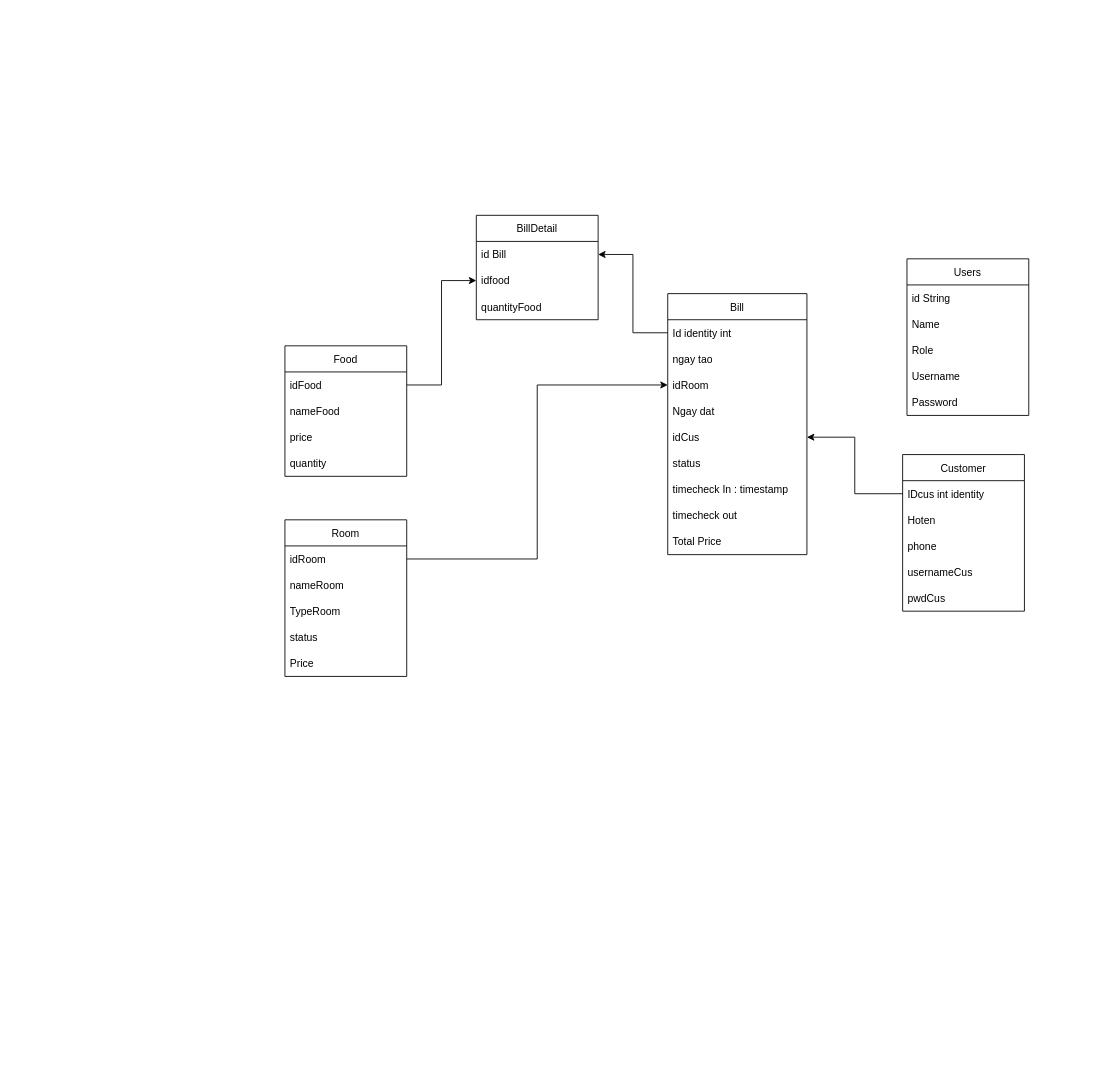
The draw.io diagram Diagram.drawio in tranvancu185/karaokeweb, before the edit. Source tidied: cells renumbered, new cells numbered last; positions are measured from the earlier drawing's top-left corner, leaving out a move shared by most shapes. Both pictures are drawn from the tidied source at 87%, with x=0, y=0 at pixel (284, 215).
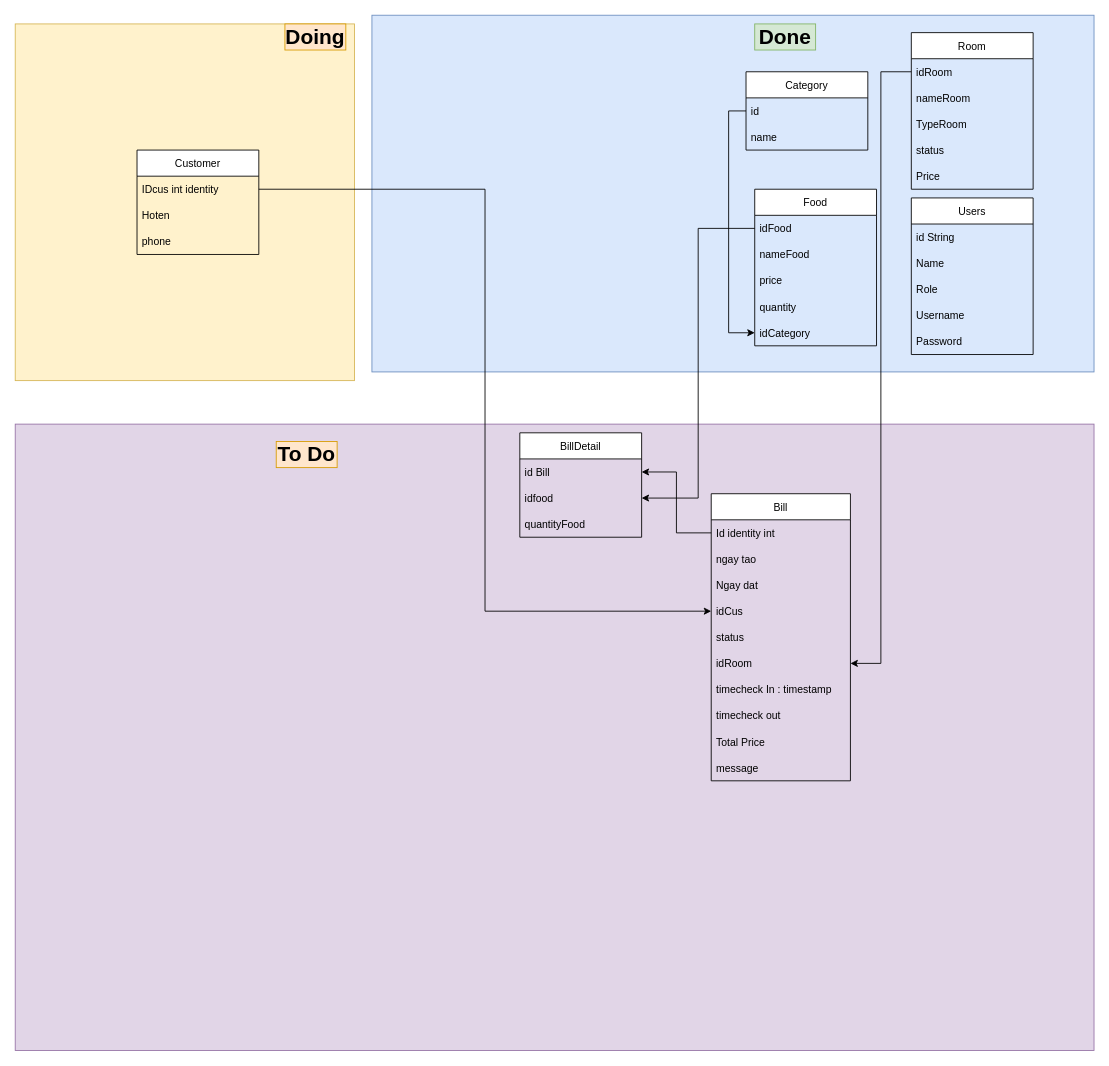
The same page after the edit.

Unchanged cells that the change refers to:
```xml
<mxCell id="3" value="IDcus int identity" style="text;strokeColor=none;fillColor=none;align=left;verticalAlign=middle;spacingLeft=4;spacingRight=4;overflow=hidden;points=[[0,0.5],[1,0.5]];portConstraint=eastwest;" parent="2" vertex="1">
  <mxGeometry y="30" width="140" height="30" as="geometry" />
</mxCell>
<mxCell id="15" value="idRoom" style="text;strokeColor=none;fillColor=none;align=left;verticalAlign=middle;spacingLeft=4;spacingRight=4;overflow=hidden;points=[[0,0.5],[1,0.5]];portConstraint=eastwest;" parent="14" vertex="1">
  <mxGeometry y="30" width="140" height="30" as="geometry" />
</mxCell>
```

Diff of the diagram source:
```diff
@@
+    <mxCell id="43" style="rounded=0;whiteSpace=wrap;html=1;fontSize=24;fillColor=#e1d5e7;strokeColor=#9673a6;" parent="1" vertex="1">
+      <mxGeometry x="-310" y="240" width="1240" height="720" as="geometry" />
+    </mxCell>
+    <mxCell id="44" style="rounded=0;whiteSpace=wrap;html=1;fillColor=#fff2cc;strokeColor=#d6b656;" parent="1" vertex="1">
+      <mxGeometry x="-310" y="-220" width="390" height="410" as="geometry" />
+    </mxCell>
+    <mxCell id="45" style="rounded=0;whiteSpace=wrap;html=1;fillColor=#dae8fc;strokeColor=#6c8ebf;" parent="1" vertex="1">
+      <mxGeometry x="100" y="-230" width="830" height="410" as="geometry" />
+    </mxCell>
     <mxCell id="2" value="Customer" style="swimlane;fontStyle=0;horizontal=1;startSize=30;" parent="1" vertex="1">
-      <mxGeometry x="710" y="275" width="140" height="180" as="geometry" />
+      <mxGeometry x="-170" y="-75" width="140" height="120" as="geometry" />
     </mxCell>
@@
-    <mxCell id="6" value="usernameCus" style="text;strokeColor=none;fillColor=none;align=left;verticalAlign=middle;spacingLeft=4;spacingRight=4;overflow=hidden;" parent="2" vertex="1">
-      <mxGeometry y="120" width="140" height="30" as="geometry" />
-    </mxCell>
-    <mxCell id="7" value="pwdCus" style="text;strokeColor=none;fillColor=none;align=left;verticalAlign=middle;spacingLeft=4;spacingRight=4;overflow=hidden;" parent="2" vertex="1">
-      <mxGeometry y="150" width="140" height="30" as="geometry" />
-    </mxCell>
     <mxCell id="8" value="Users" style="swimlane;fontStyle=0;horizontal=1;startSize=30;" parent="1" vertex="1">
-      <mxGeometry x="715" y="50" width="140" height="180" as="geometry" />
+      <mxGeometry x="720" y="-20" width="140" height="180" as="geometry" />
     </mxCell>
@@
     <mxCell id="14" value="Room" style="swimlane;fontStyle=0;horizontal=1;startSize=30;" parent="1" vertex="1">
-      <mxGeometry y="350" width="140" height="180" as="geometry" />
+      <mxGeometry x="720" y="-210" width="140" height="180" as="geometry" />
     </mxCell>
@@
     <mxCell id="20" value="Food" style="swimlane;fontStyle=0;horizontal=1;startSize=30;" parent="1" vertex="1">
-      <mxGeometry y="150" width="140" height="150" as="geometry" />
+      <mxGeometry x="540" y="-30" width="140" height="180" as="geometry" />
     </mxCell>
@@
+    <mxCell id="46" value="idCategory" style="text;strokeColor=none;fillColor=none;align=left;verticalAlign=middle;spacingLeft=4;spacingRight=4;overflow=hidden;points=[[0,0.5],[1,0.5]];portConstraint=eastwest;" parent="20" vertex="1">
+      <mxGeometry y="150" width="140" height="30" as="geometry" />
+    </mxCell>
     <mxCell id="25" value="Bill" style="swimlane;fontStyle=0;horizontal=1;startSize=30;" parent="1" vertex="1">
-      <mxGeometry x="440" y="90" width="160" height="300" as="geometry" />
+      <mxGeometry x="490" y="320" width="160" height="330" as="geometry" />
     </mxCell>
@@
-    <mxCell id="28" value="idRoom" style="text;strokeColor=none;fillColor=none;align=left;verticalAlign=middle;spacingLeft=4;spacingRight=4;overflow=hidden;points=[[0,0.5],[1,0.5]];portConstraint=eastwest;" parent="25" vertex="1">
-      <mxGeometry y="90" width="160" height="30" as="geometry" />
-    </mxCell>
     <mxCell id="29" value="Ngay dat" style="text;strokeColor=none;fillColor=none;align=left;verticalAlign=middle;spacingLeft=4;spacingRight=4;overflow=hidden;" parent="25" vertex="1">
-      <mxGeometry y="120" width="160" height="30" as="geometry" />
+      <mxGeometry y="90" width="160" height="30" as="geometry" />
     </mxCell>
     <mxCell id="30" value="idCus" style="text;strokeColor=none;fillColor=none;align=left;verticalAlign=middle;spacingLeft=4;spacingRight=4;overflow=hidden;points=[[0,0.5],[1,0.5]];portConstraint=eastwest;" parent="25" vertex="1">
-      <mxGeometry y="150" width="160" height="30" as="geometry" />
+      <mxGeometry y="120" width="160" height="30" as="geometry" />
     </mxCell>
     <mxCell id="31" value="status" style="text;strokeColor=none;fillColor=none;align=left;verticalAlign=middle;spacingLeft=4;spacingRight=4;overflow=hidden;" parent="25" vertex="1">
-      <mxGeometry y="180" width="160" height="30" as="geometry" />
+      <mxGeometry y="150" width="160" height="30" as="geometry" />
     </mxCell>
+    <mxCell id="28" value="idRoom" style="text;strokeColor=none;fillColor=none;align=left;verticalAlign=middle;spacingLeft=4;spacingRight=4;overflow=hidden;points=[[0,0.5],[1,0.5]];portConstraint=eastwest;" parent="25" vertex="1">
+      <mxGeometry y="180" width="160" height="30" as="geometry" />
+    </mxCell>
@@
-    <mxCell id="35" style="edgeStyle=orthogonalEdgeStyle;rounded=0;jettySize=auto;html=1;entryX=0;entryY=0.5;entryDx=0;entryDy=0;" parent="1" edge="1" source="15" target="28">
-      <mxGeometry relative="1" as="geometry" />
-    </mxCell>
+    <mxCell id="47" value="message" style="text;strokeColor=none;fillColor=none;align=left;verticalAlign=middle;spacingLeft=4;spacingRight=4;overflow=hidden;" parent="25" vertex="1">
+      <mxGeometry y="300" width="160" height="30" as="geometry" />
+    </mxCell>
-    <mxCell id="36" style="edgeStyle=orthogonalEdgeStyle;rounded=0;jettySize=auto;html=1;entryX=1;entryY=0.5;entryDx=0;entryDy=0;" parent="1" edge="1" source="3" target="30">
+    <mxCell id="36" style="edgeStyle=orthogonalEdgeStyle;rounded=0;jettySize=auto;html=1;entryX=0;entryY=0.5;entryDx=0;entryDy=0;" parent="1" edge="1" source="3" target="30">
       <mxGeometry relative="1" as="geometry" />
     </mxCell>
     <mxCell id="37" value="BillDetail" style="swimlane;fontStyle=0;horizontal=1;startSize=30;" parent="1" vertex="1">
-      <mxGeometry x="220" width="140" height="120" as="geometry" />
+      <mxGeometry x="270" y="250" width="140" height="120" as="geometry" />
     </mxCell>
@@
+    <mxCell id="48" value="Category" style="swimlane;fontStyle=0;horizontal=1;startSize=30;" parent="1" vertex="1">
+      <mxGeometry x="530" y="-165" width="140" height="90" as="geometry" />
+    </mxCell>
+    <mxCell id="49" value="id" style="text;strokeColor=none;fillColor=none;align=left;verticalAlign=middle;spacingLeft=4;spacingRight=4;overflow=hidden;points=[[0,0.5],[1,0.5]];portConstraint=eastwest;" parent="48" vertex="1">
+      <mxGeometry y="30" width="140" height="30" as="geometry" />
+    </mxCell>
+    <mxCell id="50" value="name" style="text;strokeColor=none;fillColor=none;align=left;verticalAlign=middle;spacingLeft=4;spacingRight=4;overflow=hidden;" parent="48" vertex="1">
+      <mxGeometry y="60" width="140" height="30" as="geometry" />
+    </mxCell>
+    <mxCell id="51" style="edgeStyle=orthogonalEdgeStyle;rounded=0;jettySize=auto;html=1;entryX=0;entryY=0.5;entryDx=0;entryDy=0;exitX=0;exitY=0.5;exitDx=0;exitDy=0;" parent="1" edge="1" source="49" target="46">
+      <mxGeometry relative="1" as="geometry" />
+    </mxCell>
+    <mxCell id="35" style="edgeStyle=orthogonalEdgeStyle;rounded=0;jettySize=auto;html=1;entryX=1;entryY=0.5;entryDx=0;entryDy=0;" parent="1" edge="1" source="15" target="28">
+      <mxGeometry relative="1" as="geometry" />
+    </mxCell>
+    <mxCell id="52" value="&lt;font style=&quot;font-size: 24px&quot;&gt;&lt;b&gt;Done&lt;/b&gt;&lt;/font&gt;" style="text;html=1;strokeColor=#82b366;fillColor=#d5e8d4;align=center;verticalAlign=middle;whiteSpace=wrap;rounded=0;" parent="1" vertex="1">
+      <mxGeometry x="540" y="-220" width="70" height="30" as="geometry" />
+    </mxCell>
+    <mxCell id="53" value="&lt;span style=&quot;font-size: 24px&quot;&gt;&lt;b&gt;Doing&lt;/b&gt;&lt;/span&gt;" style="text;html=1;strokeColor=#d79b00;fillColor=#ffe6cc;align=center;verticalAlign=middle;whiteSpace=wrap;rounded=0;" parent="1" vertex="1">
+      <mxGeometry y="-220" width="70" height="30" as="geometry" />
+    </mxCell>
+    <mxCell id="54" value="&lt;span style=&quot;font-size: 24px&quot;&gt;&lt;b&gt;To Do&lt;/b&gt;&lt;/span&gt;" style="text;html=1;strokeColor=#d79b00;fillColor=#ffe6cc;align=center;verticalAlign=middle;whiteSpace=wrap;rounded=0;" parent="1" vertex="1">
+      <mxGeometry x="-10" y="260" width="70" height="30" as="geometry" />
+    </mxCell>
```
